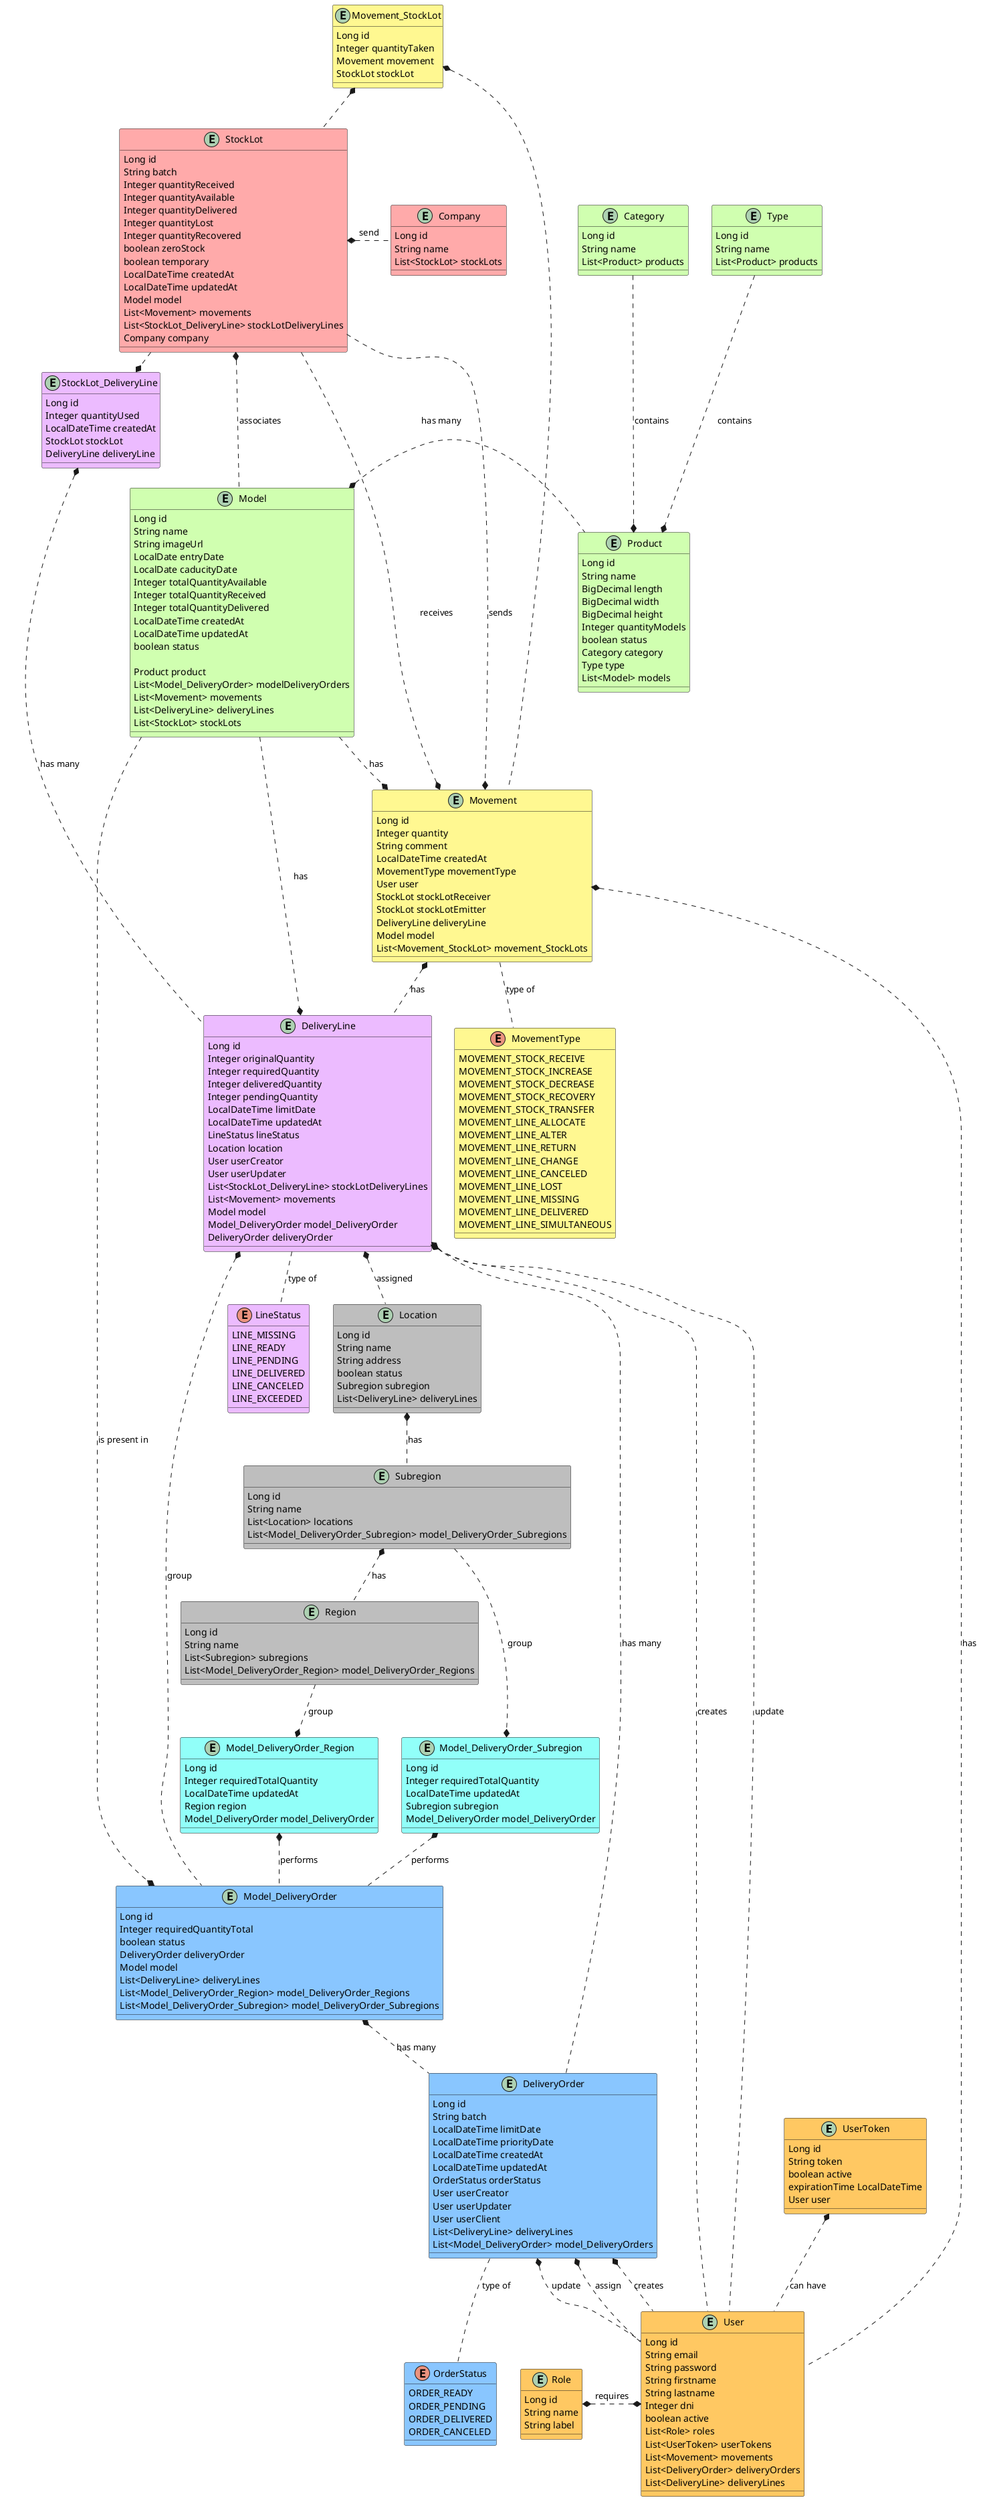
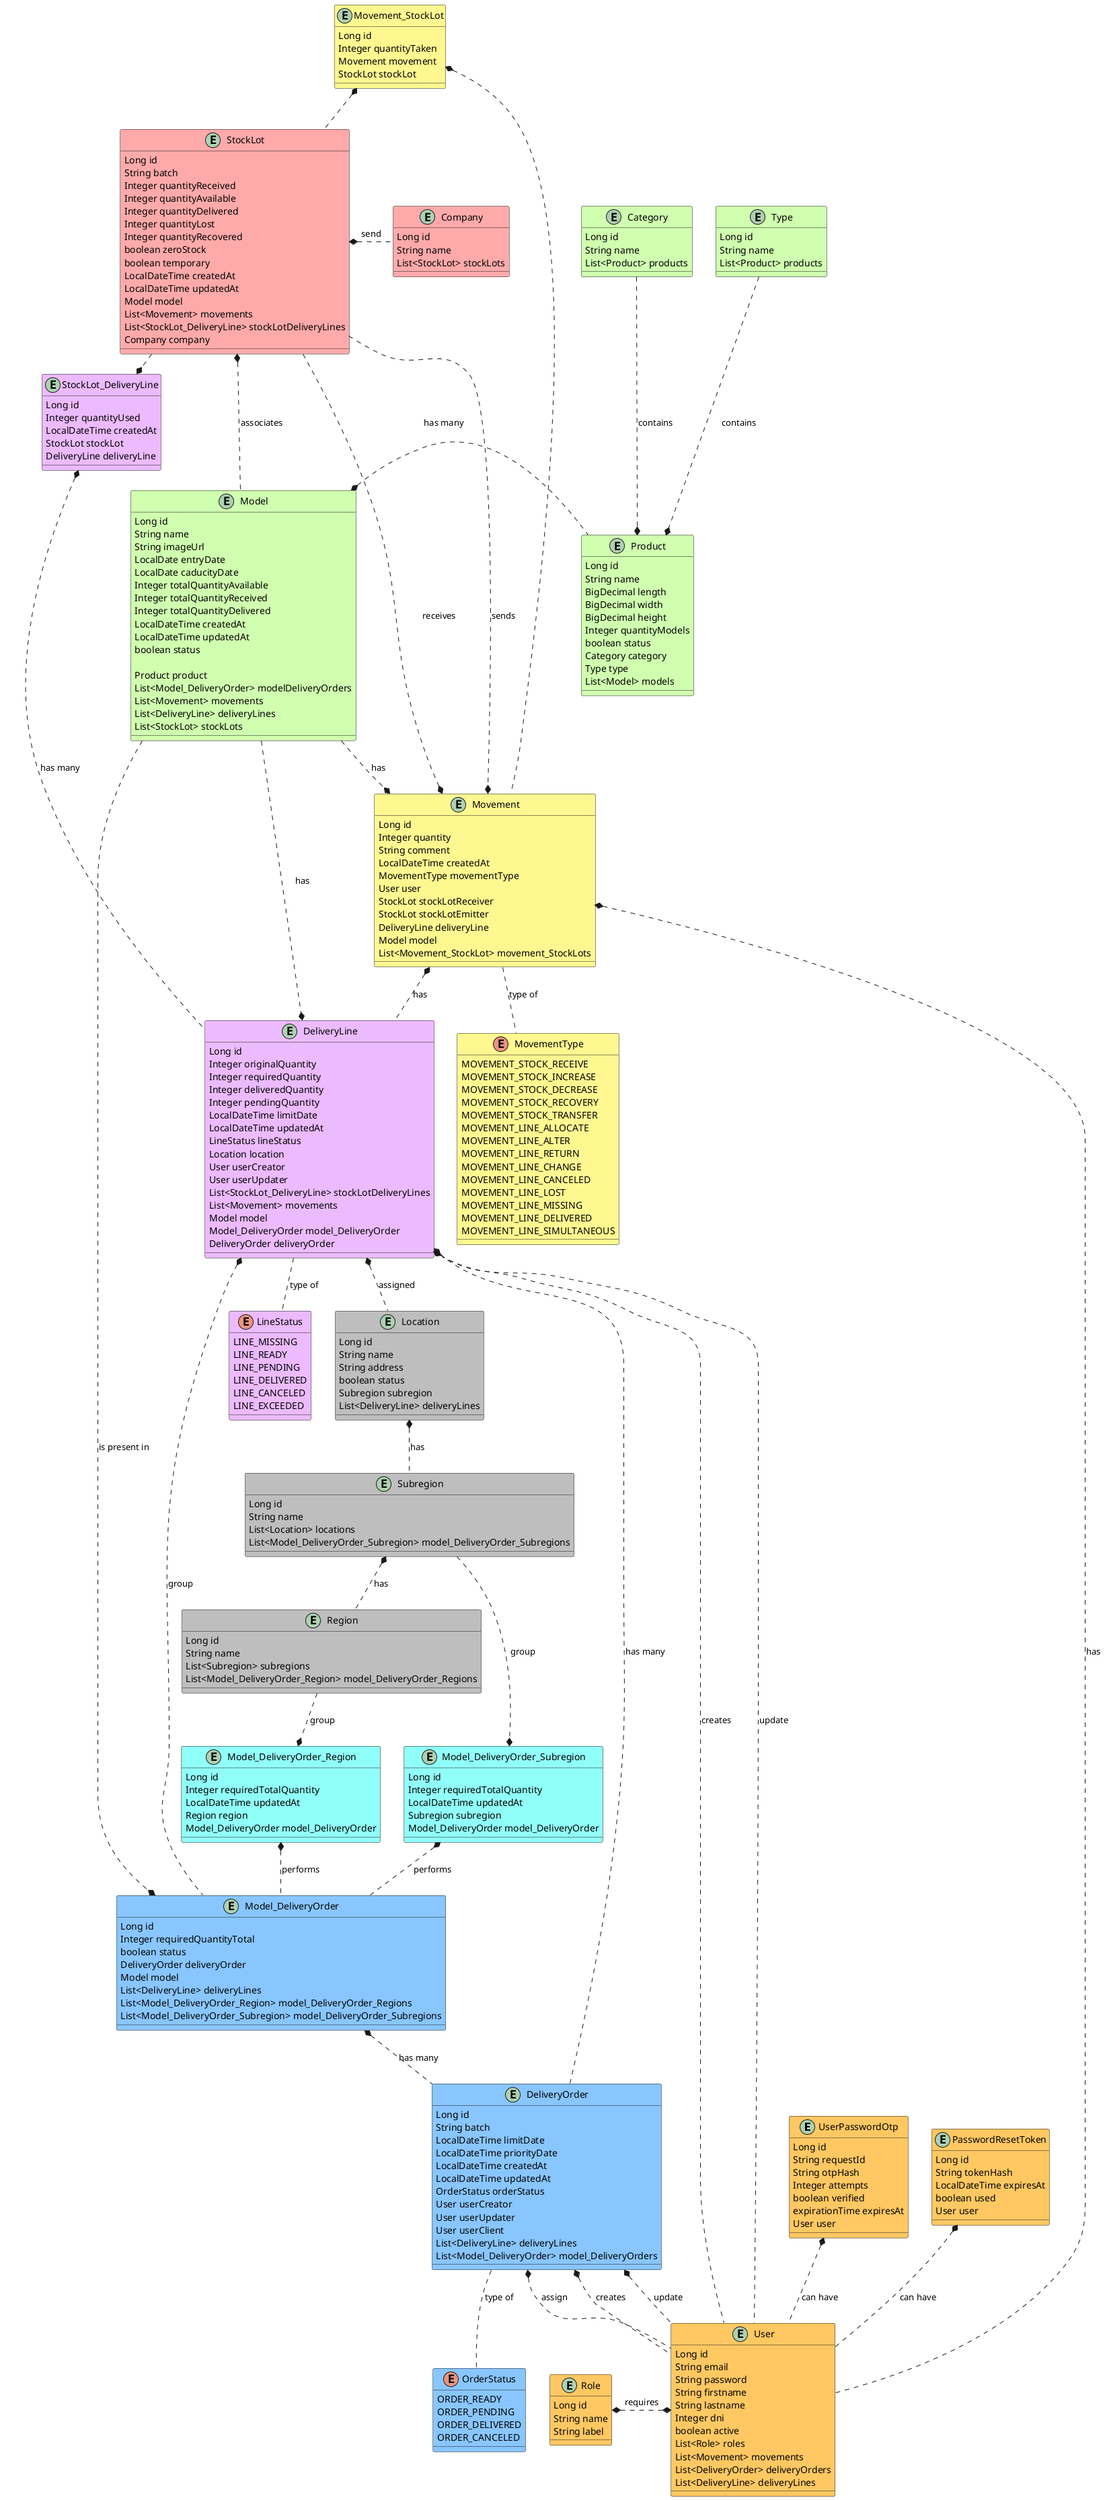
@startuml diagrama
- entity UserToken #ffc862 {
-     Long id
-     String token
-     boolean active
-     expirationTime LocalDateTime
+ entity UserPasswordOtp #ffc862 {
+     Long id
+     String requestId
+     String otpHash
+     Integer attempts
+     boolean verified
+     expirationTime expiresAt
+     User user
+ }
+ 
+ entity PasswordResetToken #ffc862 {
+     Long id
+     String tokenHash
+     LocalDateTime expiresAt
+     boolean used
    User user
}

entity User #ffc862 {
    Long id
    String email
    String password
    String firstname
    String lastname
    Integer dni
    boolean active
    List<Role> roles
-     List<UserToken> userTokens
    List<Movement> movements
    List<DeliveryOrder> deliveryOrders
    List<DeliveryLine> deliveryLines
}

entity Role #ffc862 {
    Long id
    String name
    String label
}

entity Company #ffaaaa {
    Long id
    String name
    List<StockLot> stockLots
}

entity StockLot #ffaaaa {
    Long id
    String batch
    Integer quantityReceived
    Integer quantityAvailable
    Integer quantityDelivered
    Integer quantityLost
    Integer quantityRecovered
    boolean zeroStock
    boolean temporary
    LocalDateTime createdAt
    LocalDateTime updatedAt
    Model model
    List<Movement> movements
    List<StockLot_DeliveryLine> stockLotDeliveryLines
    Company company
}

entity Model #d0ffb0{
    Long id
    String name
    String imageUrl
    LocalDate entryDate
    LocalDate caducityDate
    Integer totalQuantityAvailable
    Integer totalQuantityReceived
    Integer totalQuantityDelivered
    LocalDateTime createdAt
    LocalDateTime updatedAt
    boolean status

    Product product
    List<Model_DeliveryOrder> modelDeliveryOrders
    List<Movement> movements
    List<DeliveryLine> deliveryLines
    List<StockLot> stockLots
}

entity Product #d0ffb0 {
    Long id
    String name
    BigDecimal length
    BigDecimal width
    BigDecimal height
    Integer quantityModels
    boolean status
    Category category
    Type type
    List<Model> models
}

entity Type #d0ffb0 {
    Long id
    String name
    List<Product> products
}

entity Category #d0ffb0 {
    Long id
    String name
    List<Product> products
}

entity Movement #fff891{
    Long id
    Integer quantity
    String comment
    LocalDateTime createdAt
    MovementType movementType
    User user
    StockLot stockLotReceiver
    StockLot stockLotEmitter
    DeliveryLine deliveryLine
    Model model
    List<Movement_StockLot> movement_StockLots
}

entity Movement_StockLot #fff891 {
    Long id
    Integer quantityTaken
    Movement movement
    StockLot stockLot
}

enum MovementType #fff891 {
    MOVEMENT_STOCK_RECEIVE
    MOVEMENT_STOCK_INCREASE
    MOVEMENT_STOCK_DECREASE
    MOVEMENT_STOCK_RECOVERY
    MOVEMENT_STOCK_TRANSFER
    MOVEMENT_LINE_ALLOCATE
    MOVEMENT_LINE_ALTER
    MOVEMENT_LINE_RETURN
    MOVEMENT_LINE_CHANGE
    MOVEMENT_LINE_CANCELED
    MOVEMENT_LINE_LOST
    MOVEMENT_LINE_MISSING
    MOVEMENT_LINE_DELIVERED
    MOVEMENT_LINE_SIMULTANEOUS
}

entity DeliveryLine #ecbbff {
    Long id
    Integer originalQuantity
    Integer requiredQuantity
    Integer deliveredQuantity
    Integer pendingQuantity
    LocalDateTime limitDate
    LocalDateTime updatedAt
    LineStatus lineStatus
    Location location
    User userCreator
    User userUpdater
    List<StockLot_DeliveryLine> stockLotDeliveryLines
    List<Movement> movements
    Model model
    Model_DeliveryOrder model_DeliveryOrder
    DeliveryOrder deliveryOrder
}

entity StockLot_DeliveryLine #ecbbff{
    Long id
    Integer quantityUsed
    LocalDateTime createdAt
    StockLot stockLot
    DeliveryLine deliveryLine
}
enum LineStatus #ecbbff {
    LINE_MISSING
    LINE_READY
    LINE_PENDING
    LINE_DELIVERED
    LINE_CANCELED
    LINE_EXCEEDED
}

entity Location #bebebe{
    Long id
    String name
    String address
    boolean status
    Subregion subregion
    List<DeliveryLine> deliveryLines
}

entity Subregion #bebebe{
    Long id
    String name
    List<Location> locations
    List<Model_DeliveryOrder_Subregion> model_DeliveryOrder_Subregions
}

entity Region #bebebe{
    Long id
    String name
    List<Subregion> subregions
    List<Model_DeliveryOrder_Region> model_DeliveryOrder_Regions
}

entity Model_DeliveryOrder #89c6ff{
    Long id
    Integer requiredQuantityTotal
    boolean status
    DeliveryOrder deliveryOrder
    Model model
    List<DeliveryLine> deliveryLines
    List<Model_DeliveryOrder_Region> model_DeliveryOrder_Regions
    List<Model_DeliveryOrder_Subregion> model_DeliveryOrder_Subregions
}

entity DeliveryOrder #89c6ff{
    Long id
    String batch
    LocalDateTime limitDate
    LocalDateTime priorityDate
    LocalDateTime createdAt
    LocalDateTime updatedAt
    OrderStatus orderStatus
    User userCreator
    User userUpdater
    User userClient
    List<DeliveryLine> deliveryLines
    List<Model_DeliveryOrder> model_DeliveryOrders
}

enum OrderStatus #89c6ff {
    ORDER_READY
    ORDER_PENDING
    ORDER_DELIVERED
    ORDER_CANCELED
}

entity Model_DeliveryOrder_Region #91fff9{
    Long id
    Integer requiredTotalQuantity
    LocalDateTime updatedAt
    Region region
    Model_DeliveryOrder model_DeliveryOrder
}

entity Model_DeliveryOrder_Subregion #91fff9{
  Long id
  Integer requiredTotalQuantity
  LocalDateTime updatedAt
  Subregion subregion
  Model_DeliveryOrder model_DeliveryOrder
}

Role *.* User : requires
- UserToken *.. User : can have
+ UserPasswordOtp *.. User : can have
+ PasswordResetToken *.. User : can have
Movement *... User : has
DeliveryOrder *.. User : assign
DeliveryOrder *.. User : creates
DeliveryOrder *.. User : update
DeliveryLine *... User : creates
DeliveryLine *... User : update

StockLot *.. Model : associates
StockLot .* Movement : receives
StockLot .* Movement : sends
StockLot .* StockLot_DeliveryLine : is present in
StockLot *. Company : send

Movement_StockLot *.. StockLot
Movement_StockLot *.. Movement

Category ..* Product : contains
Type ..* Product : contains
Model *. Product : has many

Model ..* Model_DeliveryOrder : is present in
Model ..* Movement : has
Model ..* DeliveryLine : has

StockLot_DeliveryLine *.. DeliveryLine: has many

Movement .. MovementType : type of
Movement *.. DeliveryLine : has

DeliveryLine *.. Model_DeliveryOrder : group
DeliveryLine *.. DeliveryOrder : has many
DeliveryLine .. LineStatus : type of
DeliveryLine *.. Location : assigned

Location *.. Subregion : has
Subregion *.. Region : has

Region ..* Model_DeliveryOrder_Region : group
Model_DeliveryOrder_Region *.. Model_DeliveryOrder : performs

Subregion ...* Model_DeliveryOrder_Subregion : group

Model_DeliveryOrder_Subregion *.. Model_DeliveryOrder : performs

Model_DeliveryOrder *.. DeliveryOrder : has many
DeliveryOrder .. OrderStatus : type of

@enduml
